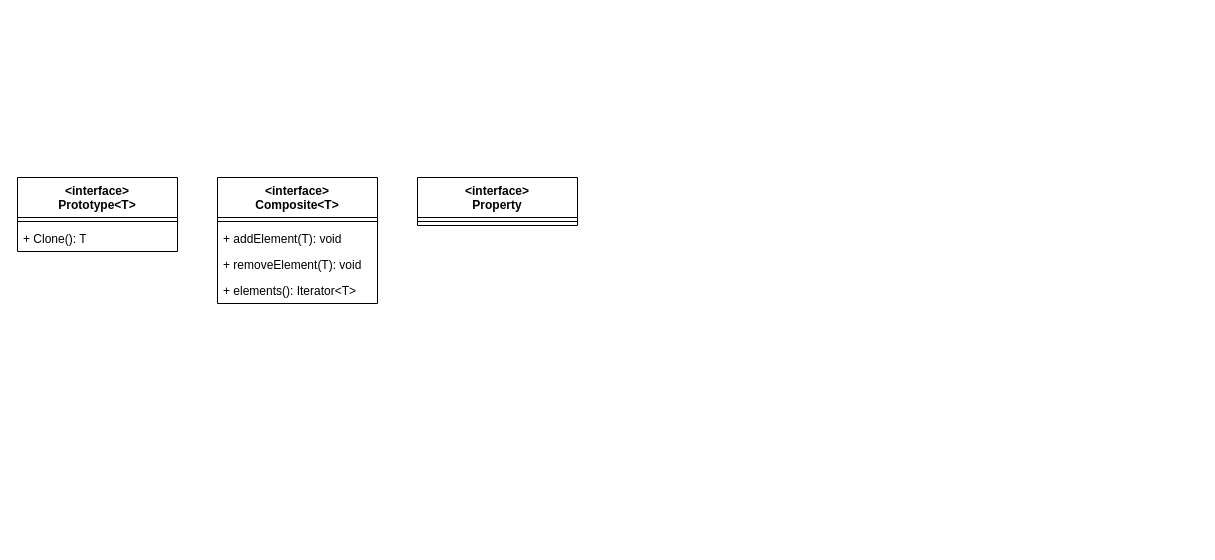
This is Diagramme sans nom.drawio from FlorianClaisse/drawio, a draw.io file, before an edit. Source tidied: cells renumbered, new cells numbered last; positions are measured from the earlier drawing's top-left corner, leaving out a move shared by most shapes. Both pictures are drawn from the tidied source at 100%, with x=0, y=0 at pixel (17, 177).
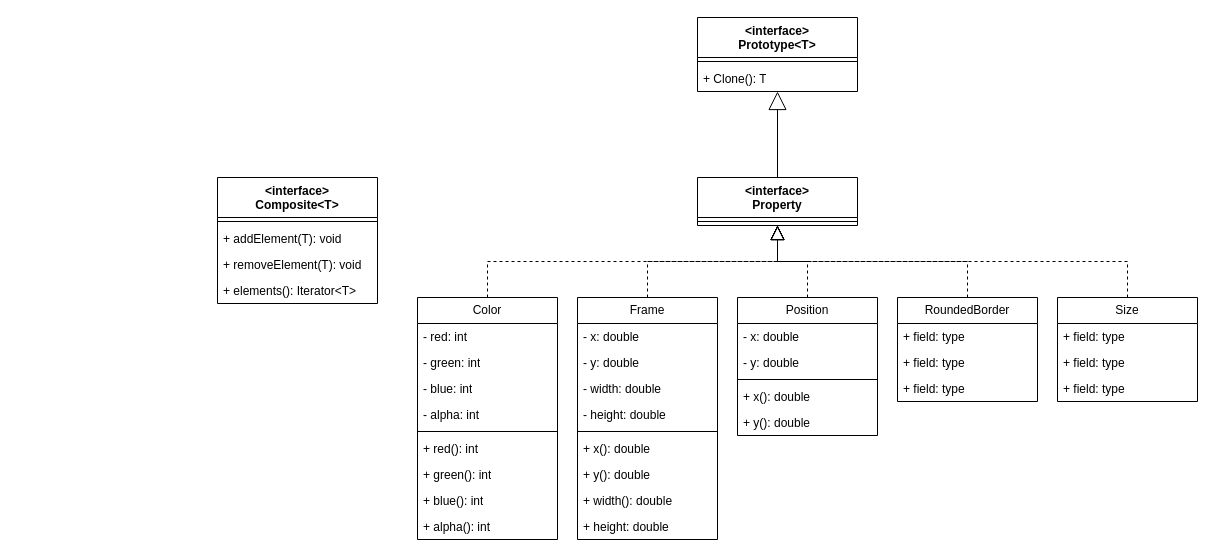
After the change.

Commit message (it also covers changes not shown here):
Mettre à jour Diagramme sans nom.drawio

Diff of the diagram source:
```diff
@@
     <mxCell id="2" value="&amp;lt;interface&amp;gt;&lt;div&gt;Prototype&amp;lt;T&amp;gt;&lt;/div&gt;" style="swimlane;fontStyle=1;align=center;verticalAlign=top;horizontal=1;startSize=40;whiteSpace=wrap;html=1;" parent="1" vertex="1">
-      <mxGeometry width="160" height="74" as="geometry" />
+      <mxGeometry x="680" y="-160" width="160" height="74" as="geometry" />
     </mxCell>
@@
     <mxCell id="10" value="&amp;lt;interface&amp;gt;&lt;div&gt;Property&lt;/div&gt;" style="swimlane;fontStyle=1;align=center;verticalAlign=top;horizontal=1;startSize=40;whiteSpace=wrap;html=1;" parent="1" vertex="1">
-      <mxGeometry x="400" width="160" height="48" as="geometry" />
+      <mxGeometry x="680" width="160" height="48" as="geometry" />
     </mxCell>
@@
+    <mxCell id="12" value="Color" style="swimlane;fontStyle=0;horizontal=1;startSize=26;fillColor=none;whiteSpace=wrap;html=1;" parent="1" vertex="1">
+      <mxGeometry x="400" y="120" width="140" height="242" as="geometry" />
+    </mxCell>
+    <mxCell id="13" value="- red: int" style="text;strokeColor=none;fillColor=none;align=left;verticalAlign=top;spacingLeft=4;spacingRight=4;overflow=hidden;whiteSpace=wrap;html=1;" parent="12" vertex="1">
+      <mxGeometry y="26" width="140" height="26" as="geometry" />
+    </mxCell>
+    <mxCell id="14" value="- green: int" style="text;strokeColor=none;fillColor=none;align=left;verticalAlign=top;spacingLeft=4;spacingRight=4;overflow=hidden;whiteSpace=wrap;html=1;" parent="12" vertex="1">
+      <mxGeometry y="52" width="140" height="26" as="geometry" />
+    </mxCell>
+    <mxCell id="15" value="- blue: int" style="text;strokeColor=none;fillColor=none;align=left;verticalAlign=top;spacingLeft=4;spacingRight=4;overflow=hidden;whiteSpace=wrap;html=1;" parent="12" vertex="1">
+      <mxGeometry y="78" width="140" height="26" as="geometry" />
+    </mxCell>
+    <mxCell id="16" value="- alpha: int" style="text;strokeColor=none;fillColor=none;align=left;verticalAlign=top;spacingLeft=4;spacingRight=4;overflow=hidden;whiteSpace=wrap;html=1;" parent="12" vertex="1">
+      <mxGeometry y="104" width="140" height="26" as="geometry" />
+    </mxCell>
+    <mxCell id="17" style="line;strokeWidth=1;fillColor=none;align=left;verticalAlign=middle;spacingTop=-1;spacingLeft=3;spacingRight=3;labelPosition=right;strokeColor=inherit;" parent="12" vertex="1">
+      <mxGeometry y="130" width="140" height="8" as="geometry" />
+    </mxCell>
+    <mxCell id="18" value="+ red(): int&lt;span style=&quot;white-space: pre;&quot;&gt;&#9;&lt;/span&gt;" style="text;strokeColor=none;fillColor=none;align=left;verticalAlign=top;spacingLeft=4;spacingRight=4;overflow=hidden;whiteSpace=wrap;html=1;" parent="12" vertex="1">
+      <mxGeometry y="138" width="140" height="26" as="geometry" />
+    </mxCell>
+    <mxCell id="19" value="+ green(): int" style="text;strokeColor=none;fillColor=none;align=left;verticalAlign=top;spacingLeft=4;spacingRight=4;overflow=hidden;whiteSpace=wrap;html=1;" parent="12" vertex="1">
+      <mxGeometry y="164" width="140" height="26" as="geometry" />
+    </mxCell>
+    <mxCell id="20" value="+ blue(): int" style="text;strokeColor=none;fillColor=none;align=left;verticalAlign=top;spacingLeft=4;spacingRight=4;overflow=hidden;whiteSpace=wrap;html=1;" parent="12" vertex="1">
+      <mxGeometry y="190" width="140" height="26" as="geometry" />
+    </mxCell>
+    <mxCell id="21" value="+ alpha(): int" style="text;strokeColor=none;fillColor=none;align=left;verticalAlign=top;spacingLeft=4;spacingRight=4;overflow=hidden;whiteSpace=wrap;html=1;" parent="12" vertex="1">
+      <mxGeometry y="216" width="140" height="26" as="geometry" />
+    </mxCell>
+    <mxCell id="22" value="Size" style="swimlane;fontStyle=0;horizontal=1;startSize=26;fillColor=none;whiteSpace=wrap;html=1;" parent="1" vertex="1">
+      <mxGeometry x="1040" y="120" width="140" height="104" as="geometry" />
+    </mxCell>
+    <mxCell id="23" value="+ field: type" style="text;strokeColor=none;fillColor=none;align=left;verticalAlign=top;spacingLeft=4;spacingRight=4;overflow=hidden;whiteSpace=wrap;html=1;" parent="22" vertex="1">
+      <mxGeometry y="26" width="140" height="26" as="geometry" />
+    </mxCell>
+    <mxCell id="24" value="+ field: type" style="text;strokeColor=none;fillColor=none;align=left;verticalAlign=top;spacingLeft=4;spacingRight=4;overflow=hidden;whiteSpace=wrap;html=1;" parent="22" vertex="1">
+      <mxGeometry y="52" width="140" height="26" as="geometry" />
+    </mxCell>
+    <mxCell id="25" value="+ field: type" style="text;strokeColor=none;fillColor=none;align=left;verticalAlign=top;spacingLeft=4;spacingRight=4;overflow=hidden;whiteSpace=wrap;html=1;" parent="22" vertex="1">
+      <mxGeometry y="78" width="140" height="26" as="geometry" />
+    </mxCell>
+    <mxCell id="26" value="RoundedBorder" style="swimlane;fontStyle=0;horizontal=1;startSize=26;fillColor=none;whiteSpace=wrap;html=1;" parent="1" vertex="1">
+      <mxGeometry x="880" y="120" width="140" height="104" as="geometry" />
+    </mxCell>
+    <mxCell id="27" value="+ field: type" style="text;strokeColor=none;fillColor=none;align=left;verticalAlign=top;spacingLeft=4;spacingRight=4;overflow=hidden;whiteSpace=wrap;html=1;" parent="26" vertex="1">
+      <mxGeometry y="26" width="140" height="26" as="geometry" />
+    </mxCell>
+    <mxCell id="28" value="+ field: type" style="text;strokeColor=none;fillColor=none;align=left;verticalAlign=top;spacingLeft=4;spacingRight=4;overflow=hidden;whiteSpace=wrap;html=1;" parent="26" vertex="1">
+      <mxGeometry y="52" width="140" height="26" as="geometry" />
+    </mxCell>
+    <mxCell id="29" value="+ field: type" style="text;strokeColor=none;fillColor=none;align=left;verticalAlign=top;spacingLeft=4;spacingRight=4;overflow=hidden;whiteSpace=wrap;html=1;" parent="26" vertex="1">
+      <mxGeometry y="78" width="140" height="26" as="geometry" />
+    </mxCell>
+    <mxCell id="30" value="Position" style="swimlane;fontStyle=0;horizontal=1;startSize=26;fillColor=none;whiteSpace=wrap;html=1;" parent="1" vertex="1">
+      <mxGeometry x="720" y="120" width="140" height="138" as="geometry" />
+    </mxCell>
+    <mxCell id="31" value="- x: double" style="text;strokeColor=none;fillColor=none;align=left;verticalAlign=top;spacingLeft=4;spacingRight=4;overflow=hidden;whiteSpace=wrap;html=1;" parent="30" vertex="1">
+      <mxGeometry y="26" width="140" height="26" as="geometry" />
+    </mxCell>
+    <mxCell id="32" value="- y: double" style="text;strokeColor=none;fillColor=none;align=left;verticalAlign=top;spacingLeft=4;spacingRight=4;overflow=hidden;whiteSpace=wrap;html=1;" parent="30" vertex="1">
+      <mxGeometry y="52" width="140" height="26" as="geometry" />
+    </mxCell>
+    <mxCell id="33" style="line;strokeWidth=1;fillColor=none;align=left;verticalAlign=middle;spacingTop=-1;spacingLeft=3;spacingRight=3;labelPosition=right;strokeColor=inherit;" parent="30" vertex="1">
+      <mxGeometry y="78" width="140" height="8" as="geometry" />
+    </mxCell>
+    <mxCell id="34" value="+ x(): double" style="text;strokeColor=none;fillColor=none;align=left;verticalAlign=top;spacingLeft=4;spacingRight=4;overflow=hidden;whiteSpace=wrap;html=1;" parent="30" vertex="1">
+      <mxGeometry y="86" width="140" height="26" as="geometry" />
+    </mxCell>
+    <mxCell id="35" value="+ y(): double" style="text;strokeColor=none;fillColor=none;align=left;verticalAlign=top;spacingLeft=4;spacingRight=4;overflow=hidden;whiteSpace=wrap;html=1;" parent="30" vertex="1">
+      <mxGeometry y="112" width="140" height="26" as="geometry" />
+    </mxCell>
+    <mxCell id="36" value="Frame" style="swimlane;fontStyle=0;horizontal=1;startSize=26;fillColor=none;whiteSpace=wrap;html=1;" parent="1" vertex="1">
+      <mxGeometry x="560" y="120" width="140" height="242" as="geometry" />
+    </mxCell>
+    <mxCell id="37" value="- x: double" style="text;strokeColor=none;fillColor=none;align=left;verticalAlign=top;spacingLeft=4;spacingRight=4;overflow=hidden;whiteSpace=wrap;html=1;" parent="36" vertex="1">
+      <mxGeometry y="26" width="140" height="26" as="geometry" />
+    </mxCell>
+    <mxCell id="38" value="- y: double" style="text;strokeColor=none;fillColor=none;align=left;verticalAlign=top;spacingLeft=4;spacingRight=4;overflow=hidden;whiteSpace=wrap;html=1;" parent="36" vertex="1">
+      <mxGeometry y="52" width="140" height="26" as="geometry" />
+    </mxCell>
+    <mxCell id="39" value="- width: double" style="text;strokeColor=none;fillColor=none;align=left;verticalAlign=top;spacingLeft=4;spacingRight=4;overflow=hidden;whiteSpace=wrap;html=1;" parent="36" vertex="1">
+      <mxGeometry y="78" width="140" height="26" as="geometry" />
+    </mxCell>
+    <mxCell id="40" value="- height: double" style="text;strokeColor=none;fillColor=none;align=left;verticalAlign=top;spacingLeft=4;spacingRight=4;overflow=hidden;whiteSpace=wrap;html=1;" parent="36" vertex="1">
+      <mxGeometry y="104" width="140" height="26" as="geometry" />
+    </mxCell>
+    <mxCell id="41" style="line;strokeWidth=1;fillColor=none;align=left;verticalAlign=middle;spacingTop=-1;spacingLeft=3;spacingRight=3;labelPosition=right;strokeColor=inherit;" parent="36" vertex="1">
+      <mxGeometry y="130" width="140" height="8" as="geometry" />
+    </mxCell>
+    <mxCell id="42" value="+ x(): double" style="text;strokeColor=none;fillColor=none;align=left;verticalAlign=top;spacingLeft=4;spacingRight=4;overflow=hidden;whiteSpace=wrap;html=1;" parent="36" vertex="1">
+      <mxGeometry y="138" width="140" height="26" as="geometry" />
+    </mxCell>
+    <mxCell id="43" value="+ y(): double" style="text;strokeColor=none;fillColor=none;align=left;verticalAlign=top;spacingLeft=4;spacingRight=4;overflow=hidden;whiteSpace=wrap;html=1;" parent="36" vertex="1">
+      <mxGeometry y="164" width="140" height="26" as="geometry" />
+    </mxCell>
+    <mxCell id="44" value="+ width(): double" style="text;strokeColor=none;fillColor=none;align=left;verticalAlign=top;spacingLeft=4;spacingRight=4;overflow=hidden;whiteSpace=wrap;html=1;" parent="36" vertex="1">
+      <mxGeometry y="190" width="140" height="26" as="geometry" />
+    </mxCell>
+    <mxCell id="45" value="+ height: double" style="text;strokeColor=none;fillColor=none;align=left;verticalAlign=top;spacingLeft=4;spacingRight=4;overflow=hidden;whiteSpace=wrap;html=1;" parent="36" vertex="1">
+      <mxGeometry y="216" width="140" height="26" as="geometry" />
+    </mxCell>
+    <mxCell id="46" style="endArrow=block;endSize=16;endFill=0;html=1;rounded=0;exitX=0.5;exitY=0;exitDx=0;exitDy=0;" parent="1" edge="1" source="10" target="2">
+      <mxGeometry relative="1" as="geometry" />
+    </mxCell>
+    <mxCell id="47" style="endArrow=block;dashed=1;endFill=0;endSize=12;html=1;rounded=0;entryX=0.5;entryY=1;entryDx=0;entryDy=0;exitX=0.5;exitY=0;exitDx=0;exitDy=0;edgeStyle=orthogonalEdgeStyle;" parent="1" edge="1" source="12" target="10">
+      <mxGeometry relative="1" as="geometry" />
+    </mxCell>
+    <mxCell id="48" style="endArrow=block;dashed=1;endFill=0;endSize=12;html=1;rounded=0;exitX=0.5;exitY=0;exitDx=0;exitDy=0;edgeStyle=orthogonalEdgeStyle;" parent="1" edge="1" source="36" target="10">
+      <mxGeometry relative="1" as="geometry" />
+    </mxCell>
+    <mxCell id="49" style="endArrow=block;dashed=1;endFill=0;endSize=12;html=1;rounded=0;exitX=0.5;exitY=0;exitDx=0;exitDy=0;edgeStyle=orthogonalEdgeStyle;" parent="1" edge="1" source="30" target="10">
+      <mxGeometry relative="1" as="geometry" />
+    </mxCell>
+    <mxCell id="50" style="endArrow=block;dashed=1;endFill=0;endSize=12;html=1;rounded=0;exitX=0.5;exitY=0;exitDx=0;exitDy=0;edgeStyle=orthogonalEdgeStyle;" parent="1" edge="1" source="26" target="10">
+      <mxGeometry relative="1" as="geometry" />
+    </mxCell>
+    <mxCell id="51" style="endArrow=block;dashed=1;endFill=0;endSize=12;html=1;rounded=0;exitX=0.5;exitY=0;exitDx=0;exitDy=0;edgeStyle=orthogonalEdgeStyle;" parent="1" edge="1" source="22" target="10">
+      <mxGeometry relative="1" as="geometry" />
+    </mxCell>
```
